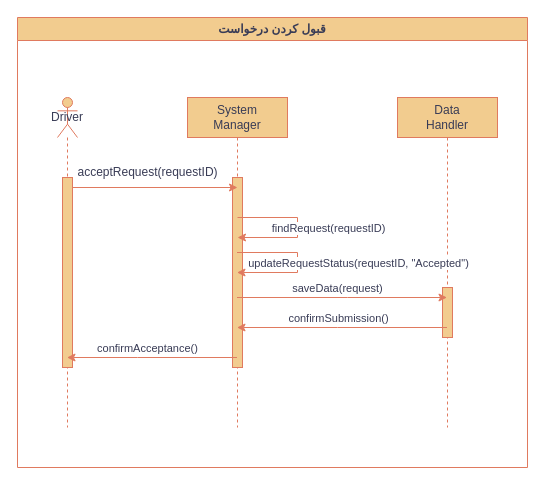
Above: page "Page-3" (3 of 8) of Diagrams and Documents/ph4/Sequence Diagrams/C1/SequenceDiagramsPhase4-C1.drawio in amir-Khodaverdi/The-Penguin-Project (draw.io), before the change. Source tidied: cells renumbered, new cells numbered last; positions are measured from the earlier drawing's top-left corner, leaving out a move shared by most shapes. Both pictures are drawn from the tidied source at 100%, with x=0, y=0 at pixel (17, 17).
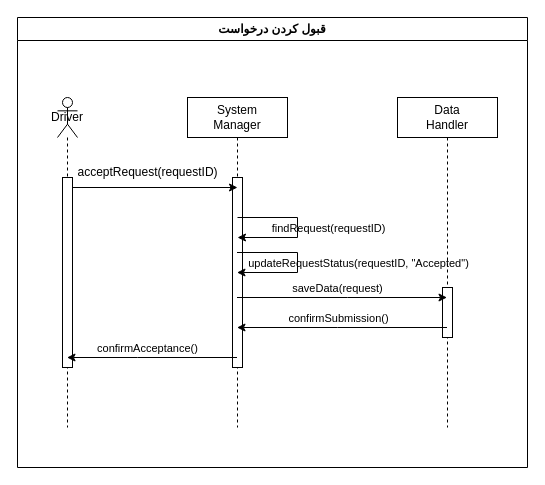
The same diagram, later.

Diff of the diagram source:
```diff
@@
-    <mxCell id="2" value="&lt;div&gt;System&lt;/div&gt;&lt;div&gt;Manager&lt;br&gt;&lt;/div&gt;" style="shape=umlLifeline;perimeter=lifelinePerimeter;whiteSpace=wrap;html=1;outlineConnect=0;portConstraint=eastwest;newEdgeStyle={&quot;edgeStyle&quot;:&quot;elbowEdgeStyle&quot;,&quot;elbow&quot;:&quot;vertical&quot;,&quot;curved&quot;:0,&quot;rounded&quot;:0};labelBackgroundColor=none;fillColor=#F2CC8F;strokeColor=#E07A5F;fontColor=#393C56;" parent="1" vertex="1">
+    <mxCell id="2" value="&lt;div&gt;System&lt;/div&gt;&lt;div&gt;Manager&lt;br&gt;&lt;/div&gt;" style="shape=umlLifeline;perimeter=lifelinePerimeter;whiteSpace=wrap;html=1;outlineConnect=0;portConstraint=eastwest;newEdgeStyle={&quot;edgeStyle&quot;:&quot;elbowEdgeStyle&quot;,&quot;elbow&quot;:&quot;vertical&quot;,&quot;curved&quot;:0,&quot;rounded&quot;:0};labelBackgroundColor=none;" parent="1" vertex="1">
       <mxGeometry x="170" y="80" width="100" height="330" as="geometry" />
     </mxCell>
-    <mxCell id="3" style="html=1;perimeter=orthogonalPerimeter;targetShapes=umlLifeline;newEdgeStyle={&quot;curved&quot;:0,&quot;rounded&quot;:0};strokeColor=#E07A5F;fontColor=#393C56;fillColor=#F2CC8F;" parent="2" vertex="1">
+    <mxCell id="3" style="html=1;perimeter=orthogonalPerimeter;targetShapes=umlLifeline;newEdgeStyle={&quot;curved&quot;:0,&quot;rounded&quot;:0};labelBackgroundColor=none;" parent="2" vertex="1">
       <mxGeometry x="45" y="80" width="10" height="190" as="geometry" />
     </mxCell>
-    <mxCell id="4" value="Driver" style="shape=umlLifeline;perimeter=lifelinePerimeter;whiteSpace=wrap;html=1;outlineConnect=0;portConstraint=eastwest;newEdgeStyle={&quot;curved&quot;:0,&quot;rounded&quot;:0};participant=umlActor;labelBackgroundColor=none;fillColor=#F2CC8F;strokeColor=#E07A5F;fontColor=#393C56;size=40;" parent="1" vertex="1">
+    <mxCell id="4" value="Driver" style="shape=umlLifeline;perimeter=lifelinePerimeter;whiteSpace=wrap;html=1;outlineConnect=0;portConstraint=eastwest;newEdgeStyle={&quot;curved&quot;:0,&quot;rounded&quot;:0};participant=umlActor;labelBackgroundColor=none;size=40;" parent="1" vertex="1">
       <mxGeometry x="40" y="80" width="20" height="330" as="geometry" />
     </mxCell>
-    <mxCell id="5" value="&lt;div&gt;Data&lt;/div&gt;&lt;div&gt;Handler&lt;br&gt;&lt;/div&gt;" style="shape=umlLifeline;perimeter=lifelinePerimeter;whiteSpace=wrap;html=1;outlineConnect=0;portConstraint=eastwest;newEdgeStyle={&quot;edgeStyle&quot;:&quot;elbowEdgeStyle&quot;,&quot;elbow&quot;:&quot;vertical&quot;,&quot;curved&quot;:0,&quot;rounded&quot;:0};labelBackgroundColor=none;fillColor=#F2CC8F;strokeColor=#E07A5F;fontColor=#393C56;" parent="1" vertex="1">
+    <mxCell id="5" value="&lt;div&gt;Data&lt;/div&gt;&lt;div&gt;Handler&lt;br&gt;&lt;/div&gt;" style="shape=umlLifeline;perimeter=lifelinePerimeter;whiteSpace=wrap;html=1;outlineConnect=0;portConstraint=eastwest;newEdgeStyle={&quot;edgeStyle&quot;:&quot;elbowEdgeStyle&quot;,&quot;elbow&quot;:&quot;vertical&quot;,&quot;curved&quot;:0,&quot;rounded&quot;:0};labelBackgroundColor=none;" parent="1" vertex="1">
       <mxGeometry x="380" y="80" width="100" height="330" as="geometry" />
     </mxCell>
-    <mxCell id="6" style="html=1;perimeter=orthogonalPerimeter;targetShapes=umlLifeline;newEdgeStyle={&quot;curved&quot;:0,&quot;rounded&quot;:0};strokeColor=#E07A5F;fontColor=#393C56;fillColor=#F2CC8F;" parent="5" vertex="1">
+    <mxCell id="6" style="html=1;perimeter=orthogonalPerimeter;targetShapes=umlLifeline;newEdgeStyle={&quot;curved&quot;:0,&quot;rounded&quot;:0};labelBackgroundColor=none;" parent="5" vertex="1">
       <mxGeometry x="45" y="190" width="10" height="50" as="geometry" />
     </mxCell>
-    <mxCell id="7" value="&lt;div&gt;&lt;font face=&quot;Vazirmatn&quot;&gt;قبول کردن درخواست&lt;br&gt;&lt;/font&gt;&lt;/div&gt;" style="swimlane;whiteSpace=wrap;html=1;labelBackgroundColor=none;fillColor=#F2CC8F;strokeColor=#E07A5F;fontColor=#393C56;" parent="1" vertex="1">
+    <mxCell id="7" value="&lt;div&gt;&lt;font face=&quot;Vazirmatn&quot;&gt;قبول کردن درخواست&lt;br&gt;&lt;/font&gt;&lt;/div&gt;" style="swimlane;whiteSpace=wrap;html=1;labelBackgroundColor=none;" parent="1" vertex="1">
       <mxGeometry width="510" height="450" as="geometry" />
     </mxCell>
-    <mxCell id="8" style="endArrow=classic;html=1;rounded=0;strokeColor=#E07A5F;fontColor=#393C56;fillColor=#F2CC8F;" parent="7" edge="1">
+    <mxCell id="8" style="endArrow=classic;html=1;rounded=0;fontColor=default;labelBackgroundColor=none;" parent="7" edge="1">
       <mxGeometry relative="1" as="geometry">
         <mxPoint x="49.8" y="170" as="sourcePoint" />
         <mxPoint x="220" y="170" as="targetPoint" />
       </mxGeometry>
     </mxCell>
-    <mxCell id="9" value="acceptRequest(requestID)" style="text;html=1;align=center;verticalAlign=middle;strokeColor=none;fillColor=none;fontColor=#393C56;" parent="7" vertex="1">
+    <mxCell id="9" value="acceptRequest(requestID)" style="text;html=1;align=center;verticalAlign=middle;strokeColor=none;fillColor=none;labelBackgroundColor=none;" parent="7" vertex="1">
       <mxGeometry x="50" y="140" width="160" height="30" as="geometry" />
     </mxCell>
-    <mxCell id="10" style="endArrow=classic;html=1;rounded=0;strokeColor=#E07A5F;fontColor=#393C56;fillColor=#F2CC8F;" parent="7" edge="1">
+    <mxCell id="10" style="endArrow=classic;html=1;rounded=0;fontColor=default;labelBackgroundColor=none;" parent="7" edge="1">
       <mxGeometry relative="1" as="geometry">
         <mxPoint x="220" y="200" as="sourcePoint" />
         <mxPoint x="220" y="220" as="targetPoint" />
         <Array as="points">
           <mxPoint x="280" y="200" />
           <mxPoint x="280" y="210" />
           <mxPoint x="280" y="220" />
         </Array>
       </mxGeometry>
     </mxCell>
-    <mxCell id="11" value="findRequest(requestID)" style="edgeLabel;html=1;align=center;verticalAlign=middle;strokeColor=#E07A5F;fontColor=#393C56;fillColor=#F2CC8F;" parent="10" vertex="1">
+    <mxCell id="11" value="findRequest(requestID)" style="edgeLabel;html=1;align=center;verticalAlign=middle;labelBackgroundColor=none;" parent="10" vertex="1">
       <mxGeometry x="0.48" y="-1" relative="1" as="geometry">
         <mxPoint x="54" y="-9" as="offset" />
       </mxGeometry>
     </mxCell>
-    <mxCell id="12" style="html=1;perimeter=orthogonalPerimeter;targetShapes=umlLifeline;newEdgeStyle={&quot;curved&quot;:0,&quot;rounded&quot;:0};strokeColor=#E07A5F;fontColor=#393C56;fillColor=#F2CC8F;" parent="7" vertex="1">
+    <mxCell id="12" style="html=1;perimeter=orthogonalPerimeter;targetShapes=umlLifeline;newEdgeStyle={&quot;curved&quot;:0,&quot;rounded&quot;:0};labelBackgroundColor=none;" parent="7" vertex="1">
       <mxGeometry x="45" y="160" width="10" height="190" as="geometry" />
     </mxCell>
-    <mxCell id="13" style="endArrow=classic;html=1;rounded=0;strokeColor=#E07A5F;fontColor=#393C56;fillColor=#F2CC8F;elbow=horizontal;" parent="1" edge="1" source="2" target="2">
+    <mxCell id="13" style="endArrow=classic;html=1;rounded=0;fontColor=default;elbow=horizontal;labelBackgroundColor=none;" parent="1" edge="1" source="2" target="2">
       <mxGeometry relative="1" as="geometry">
         <Array as="points">
           <mxPoint x="280" y="250" />
         </Array>
       </mxGeometry>
     </mxCell>
-    <mxCell id="14" value="updateRequestStatus(requestID, &quot;Accepted&quot;)" style="edgeLabel;html=1;align=center;verticalAlign=middle;strokeColor=#E07A5F;fontColor=#393C56;fillColor=#F2CC8F;" parent="13" vertex="1">
+    <mxCell id="14" value="updateRequestStatus(requestID, &quot;Accepted&quot;)" style="edgeLabel;html=1;align=center;verticalAlign=middle;labelBackgroundColor=none;" parent="13" vertex="1">
       <mxGeometry x="0.48" y="-3" relative="1" as="geometry">
         <mxPoint x="84" y="-7" as="offset" />
       </mxGeometry>
     </mxCell>
-    <mxCell id="15" style="endArrow=classic;html=1;rounded=0;strokeColor=#E07A5F;fontColor=#393C56;fillColor=#F2CC8F;" parent="1" edge="1" source="2" target="5">
+    <mxCell id="15" style="endArrow=classic;html=1;rounded=0;fontColor=default;labelBackgroundColor=none;" parent="1" edge="1" source="2" target="5">
       <mxGeometry relative="1" as="geometry">
         <Array as="points">
           <mxPoint x="330" y="280" />
         </Array>
       </mxGeometry>
     </mxCell>
-    <mxCell id="16" value="saveData(request)" style="edgeLabel;html=1;align=center;verticalAlign=middle;strokeColor=#E07A5F;fontColor=#393C56;fillColor=#F2CC8F;" parent="15" vertex="1">
+    <mxCell id="16" value="saveData(request)" style="edgeLabel;html=1;align=center;verticalAlign=middle;labelBackgroundColor=none;" parent="15" vertex="1">
       <mxGeometry x="0.22" y="-2" relative="1" as="geometry">
         <mxPoint x="-28" y="-12" as="offset" />
       </mxGeometry>
     </mxCell>
-    <mxCell id="17" style="endArrow=classic;html=1;rounded=0;strokeColor=#E07A5F;fontColor=#393C56;fillColor=#F2CC8F;" parent="1" edge="1" source="5" target="2">
+    <mxCell id="17" style="endArrow=classic;html=1;rounded=0;fontColor=default;labelBackgroundColor=none;" parent="1" edge="1" source="5" target="2">
       <mxGeometry relative="1" as="geometry">
         <Array as="points">
           <mxPoint x="320" y="310" />
         </Array>
       </mxGeometry>
     </mxCell>
-    <mxCell id="18" value="confirmSubmission()" style="edgeLabel;html=1;align=center;verticalAlign=middle;strokeColor=#E07A5F;fontColor=#393C56;fillColor=#F2CC8F;" parent="17" vertex="1">
+    <mxCell id="18" value="confirmSubmission()" style="edgeLabel;html=1;align=center;verticalAlign=middle;labelBackgroundColor=none;" parent="17" vertex="1">
       <mxGeometry x="-0.13" y="-1" relative="1" as="geometry">
         <mxPoint x="-18" y="-9" as="offset" />
       </mxGeometry>
     </mxCell>
-    <mxCell id="19" style="endArrow=classic;html=1;rounded=0;strokeColor=#E07A5F;fontColor=#393C56;fillColor=#F2CC8F;" parent="1" edge="1" source="2" target="4">
+    <mxCell id="19" style="endArrow=classic;html=1;rounded=0;fontColor=default;labelBackgroundColor=none;" parent="1" edge="1" source="2" target="4">
       <mxGeometry relative="1" as="geometry">
         <Array as="points">
           <mxPoint x="120" y="340" />
         </Array>
       </mxGeometry>
     </mxCell>
-    <mxCell id="20" value="confirmAcceptance()" style="edgeLabel;html=1;align=center;verticalAlign=middle;strokeColor=#E07A5F;fontColor=#393C56;fillColor=#F2CC8F;" parent="19" vertex="1">
+    <mxCell id="20" value="confirmAcceptance()" style="edgeLabel;html=1;align=center;verticalAlign=middle;labelBackgroundColor=none;" parent="19" vertex="1">
       <mxGeometry x="-0.31" y="2" relative="1" as="geometry">
         <mxPoint x="-31" y="-12" as="offset" />
       </mxGeometry>
     </mxCell>
```
